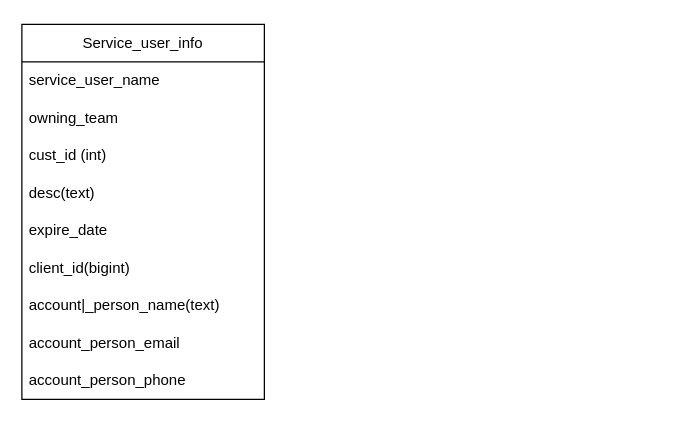
Earlier version of the draw.io diagram Untitled Diagram.drawio (apsingh911/draw.io). Source tidied: cells renumbered, new cells numbered last; positions are measured from the earlier drawing's top-left corner, leaving out a move shared by most shapes. Both pictures are drawn from the tidied source at 125%, with x=0, y=0 at pixel (21, 24).
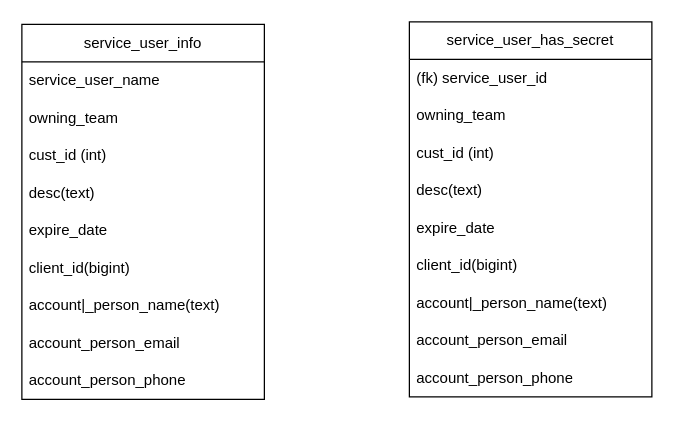
The same page after the edit.

Commit message:
API Service Entity.drawio

What changed in the source:
```diff
@@
-    <mxCell id="2" value="Service_user_info" style="swimlane;fontStyle=0;horizontal=1;startSize=30;whiteSpace=wrap;html=1;" parent="1" vertex="1">
+    <mxCell id="2" value="service_user_info" style="swimlane;fontStyle=0;horizontal=1;startSize=30;whiteSpace=wrap;html=1;" parent="1" vertex="1">
       <mxGeometry width="194" height="300" as="geometry" />
     </mxCell>
@@
+    <mxCell id="12" value="service_user_has_secret" style="swimlane;fontStyle=0;horizontal=1;startSize=30;whiteSpace=wrap;html=1;" parent="1" vertex="1">
+      <mxGeometry x="310" y="-2" width="194" height="300" as="geometry" />
+    </mxCell>
+    <mxCell id="13" value="(fk) service_user_id" style="text;strokeColor=none;fillColor=none;align=left;verticalAlign=middle;spacingLeft=4;spacingRight=4;overflow=hidden;whiteSpace=wrap;html=1;" parent="12" vertex="1">
+      <mxGeometry y="30" width="194" height="30" as="geometry" />
+    </mxCell>
+    <mxCell id="14" value="owning_team" style="text;strokeColor=none;fillColor=none;align=left;verticalAlign=middle;spacingLeft=4;spacingRight=4;overflow=hidden;whiteSpace=wrap;html=1;" parent="12" vertex="1">
+      <mxGeometry y="60" width="194" height="30" as="geometry" />
+    </mxCell>
+    <mxCell id="15" value="cust_id (int)" style="text;strokeColor=none;fillColor=none;align=left;verticalAlign=middle;spacingLeft=4;spacingRight=4;overflow=hidden;whiteSpace=wrap;html=1;" parent="12" vertex="1">
+      <mxGeometry y="90" width="194" height="30" as="geometry" />
+    </mxCell>
+    <mxCell id="16" value="desc(text)" style="text;strokeColor=none;fillColor=none;align=left;verticalAlign=middle;spacingLeft=4;spacingRight=4;overflow=hidden;whiteSpace=wrap;html=1;" parent="12" vertex="1">
+      <mxGeometry y="120" width="194" height="30" as="geometry" />
+    </mxCell>
+    <mxCell id="17" value="expire_date" style="text;strokeColor=none;fillColor=none;align=left;verticalAlign=middle;spacingLeft=4;spacingRight=4;overflow=hidden;whiteSpace=wrap;html=1;" parent="12" vertex="1">
+      <mxGeometry y="150" width="194" height="30" as="geometry" />
+    </mxCell>
+    <mxCell id="18" value="client_id(bigint)" style="text;strokeColor=none;fillColor=none;align=left;verticalAlign=middle;spacingLeft=4;spacingRight=4;overflow=hidden;whiteSpace=wrap;html=1;" parent="12" vertex="1">
+      <mxGeometry y="180" width="194" height="30" as="geometry" />
+    </mxCell>
+    <mxCell id="19" value="account|_person_name(text)" style="text;strokeColor=none;fillColor=none;align=left;verticalAlign=middle;spacingLeft=4;spacingRight=4;overflow=hidden;whiteSpace=wrap;html=1;" parent="12" vertex="1">
+      <mxGeometry y="210" width="194" height="30" as="geometry" />
+    </mxCell>
+    <mxCell id="20" value="account_person_email" style="text;strokeColor=none;fillColor=none;align=left;verticalAlign=middle;spacingLeft=4;spacingRight=4;overflow=hidden;whiteSpace=wrap;html=1;" parent="12" vertex="1">
+      <mxGeometry y="240" width="194" height="30" as="geometry" />
+    </mxCell>
+    <mxCell id="21" value="account_person_phone" style="text;strokeColor=none;fillColor=none;align=left;verticalAlign=middle;spacingLeft=4;spacingRight=4;overflow=hidden;whiteSpace=wrap;html=1;" parent="12" vertex="1">
+      <mxGeometry y="270" width="194" height="30" as="geometry" />
+    </mxCell>
```
